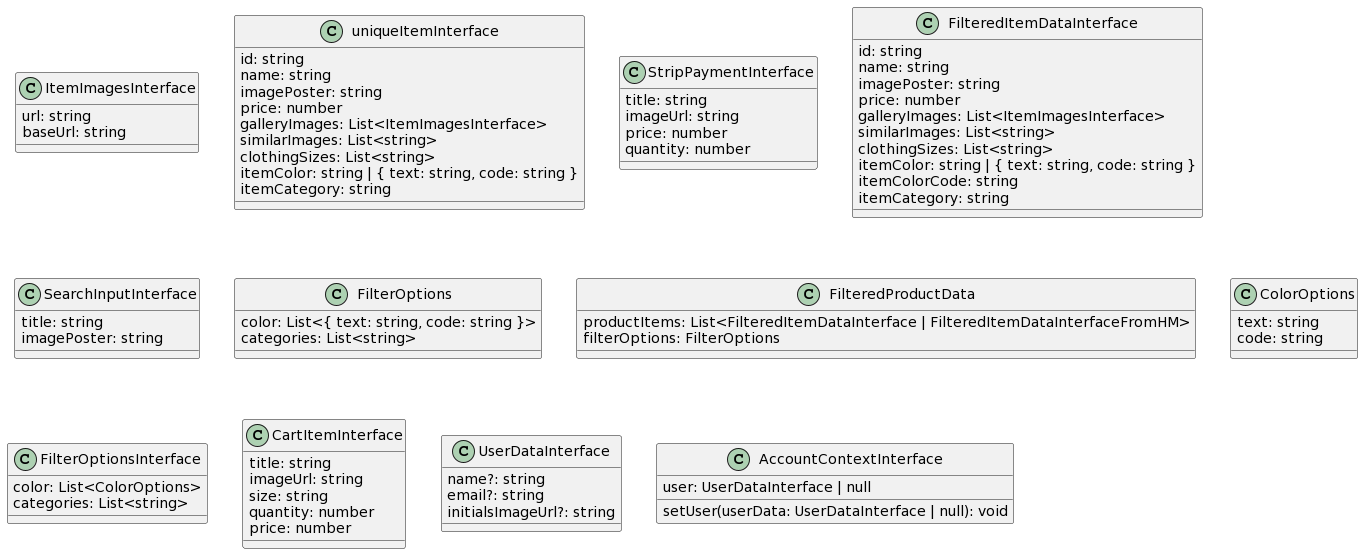
Rasmus3liasson/webshop keeps this PlantUML diagram as uml/interface/interface-uml.png. Above is the earlier version.
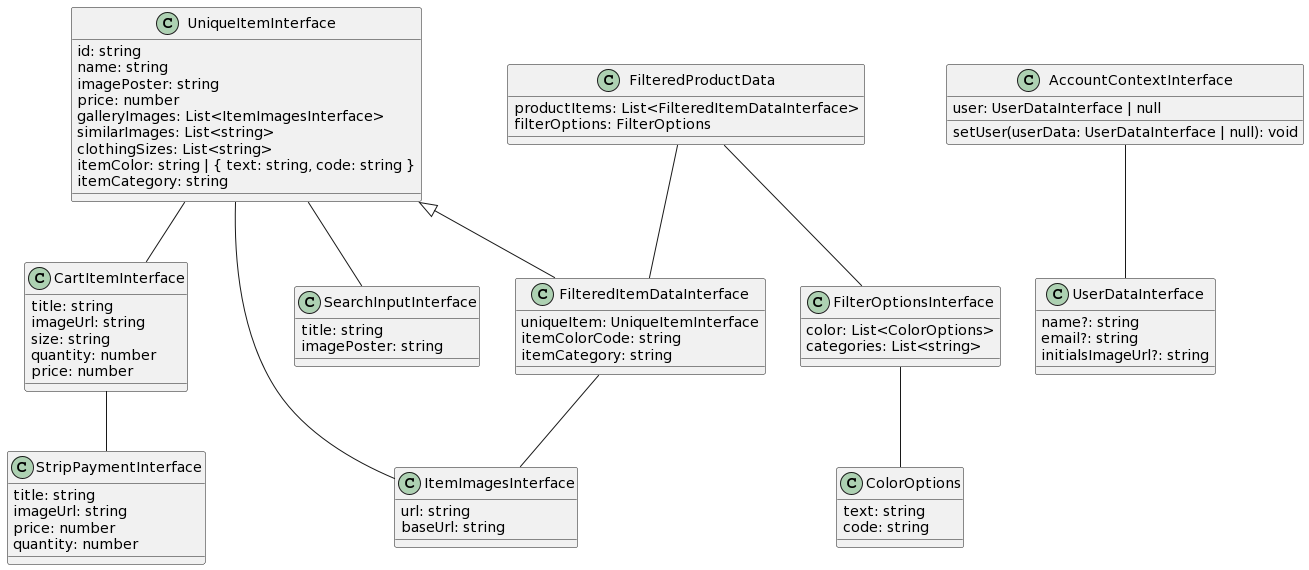
After the change.

Diff of the diagram source:
```diff
@@ -4,7 +4,7 @@
   baseUrl: string
 }
 
-class uniqueItemInterface {
+class UniqueItemInterface {
   id: string
   name: string
   imagePoster: string
@@ -23,15 +23,8 @@
   quantity: number
 }
 
-class FilteredItemDataInterface {
-  id: string
-  name: string
-  imagePoster: string
-  price: number
-  galleryImages: List<ItemImagesInterface>
-  similarImages: List<string>
-  clothingSizes: List<string>
-  itemColor: string | { text: string, code: string }
+class FilteredItemDataInterface extends UniqueItemInterface {
+  uniqueItem: UniqueItemInterface
   itemColorCode: string
   itemCategory: string
 }
@@ -42,13 +35,9 @@
   imagePoster: string
 }
 
-class FilterOptions {
-  color: List<{ text: string, code: string }>
-  categories: List<string>
-}
 
 class FilteredProductData {
-  productItems: List<FilteredItemDataInterface | FilteredItemDataInterfaceFromHM>
+  productItems: List<FilteredItemDataInterface>
   filterOptions: FilterOptions
 }
 
@@ -80,4 +69,14 @@
   user: UserDataInterface | null
   setUser(userData: UserDataInterface | null): void
 }
+
+UniqueItemInterface -- ItemImagesInterface
+UniqueItemInterface -- SearchInputInterface
+FilteredItemDataInterface -- ItemImagesInterface
+FilteredProductData -- FilteredItemDataInterface
+FilteredProductData -- FilterOptionsInterface
+FilterOptionsInterface -- ColorOptions
+AccountContextInterface -- UserDataInterface
+UniqueItemInterface -- CartItemInterface
+CartItemInterface -- StripPaymentInterface
 @enduml
```
